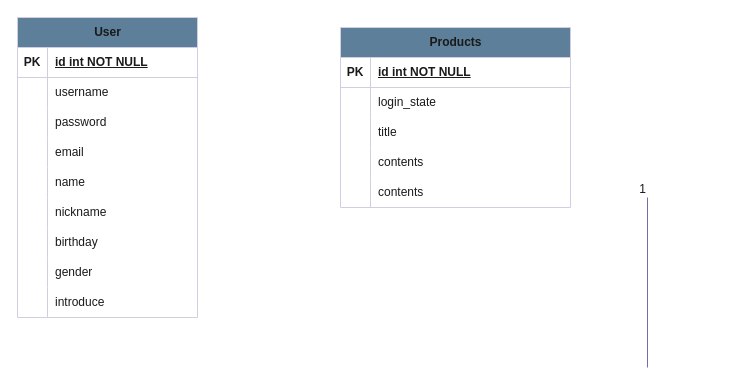
Above: 제목 없는 다이어그램.drawio in wodms5355/jaenny_day (draw.io), before the change. Source tidied: cells renumbered, new cells numbered last; positions are measured from the earlier drawing's top-left corner, leaving out a move shared by most shapes. Both pictures are drawn from the tidied source at 100%, with x=0, y=0 at pixel (17, 17).
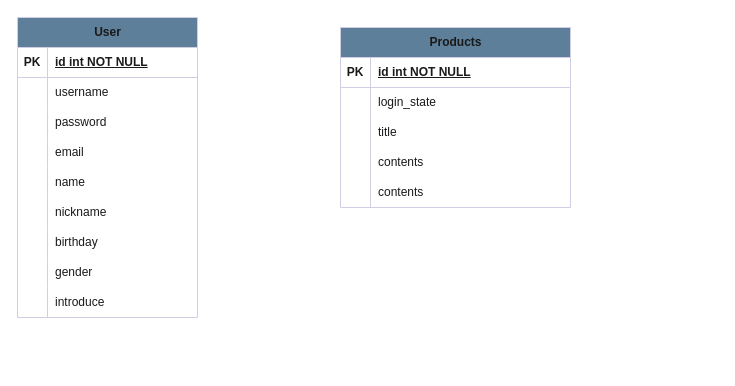
The same diagram, later.

Commit message (it also covers changes not shown here):
제목 없는 다이어그램.drawio 업데이트

What changed in the source:
```diff
@@
-    <mxCell id="48" style="endArrow=none;html=1;rounded=0;strokeColor=#736CA8;fontColor=#1A1A1A;" parent="1" edge="1">
-      <mxGeometry relative="1" as="geometry">
-        <mxPoint x="630" y="350" as="sourcePoint" />
-        <mxPoint x="630" y="180" as="targetPoint" />
-      </mxGeometry>
-    </mxCell>
-    <mxCell id="49" value="1" style="html=1;whiteSpace=wrap;align=right;verticalAlign=bottom;strokeColor=#D0CEE2;fontColor=#1A1A1A;fillColor=#5D7F99;" parent="48" vertex="1">
-      <mxGeometry x="1" relative="1" as="geometry" />
-    </mxCell>
```
